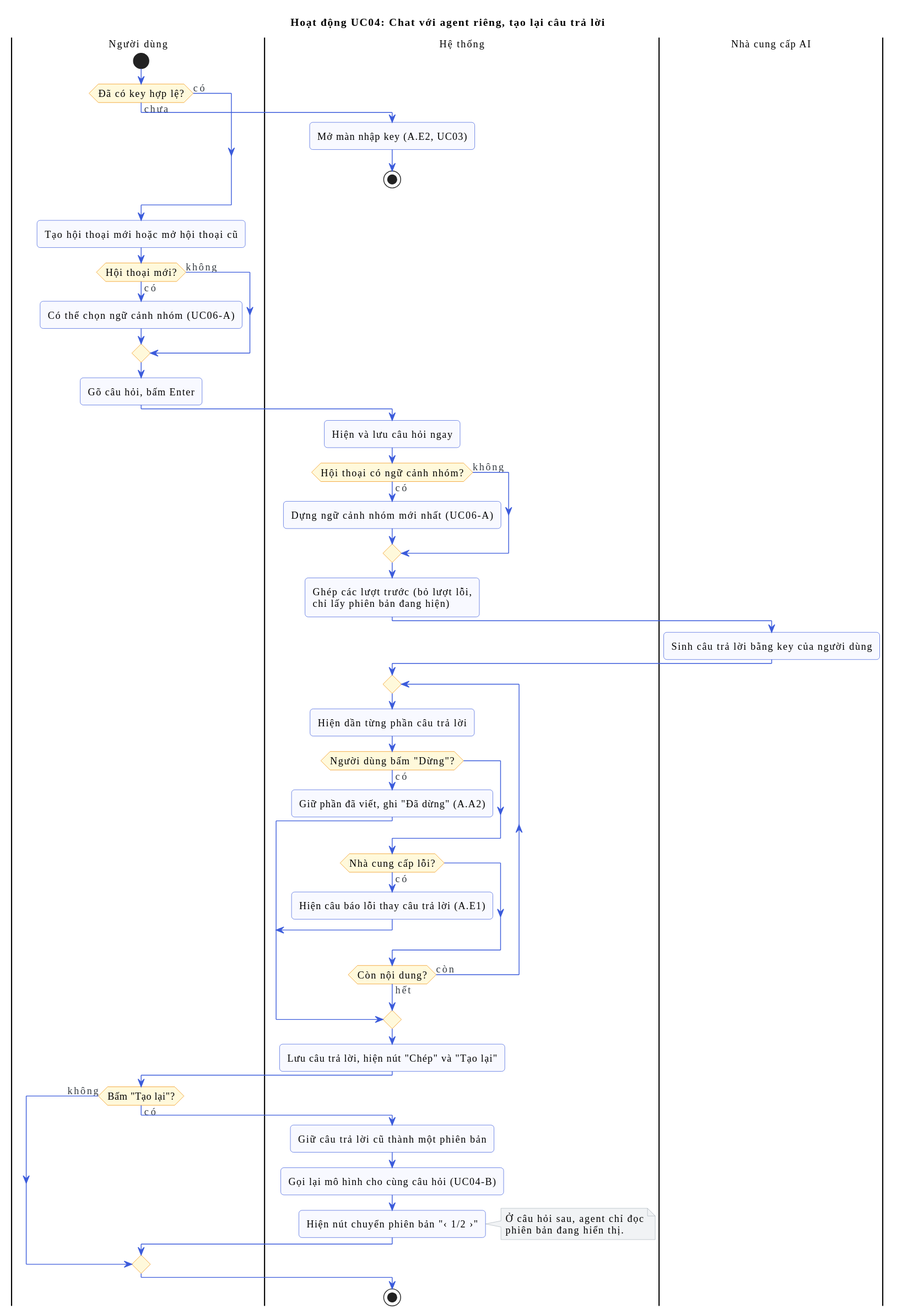
Earlier version of the PlantUML export uml/img/uc04-chat.svg (Jin2509/Specgate_BlackBoard).
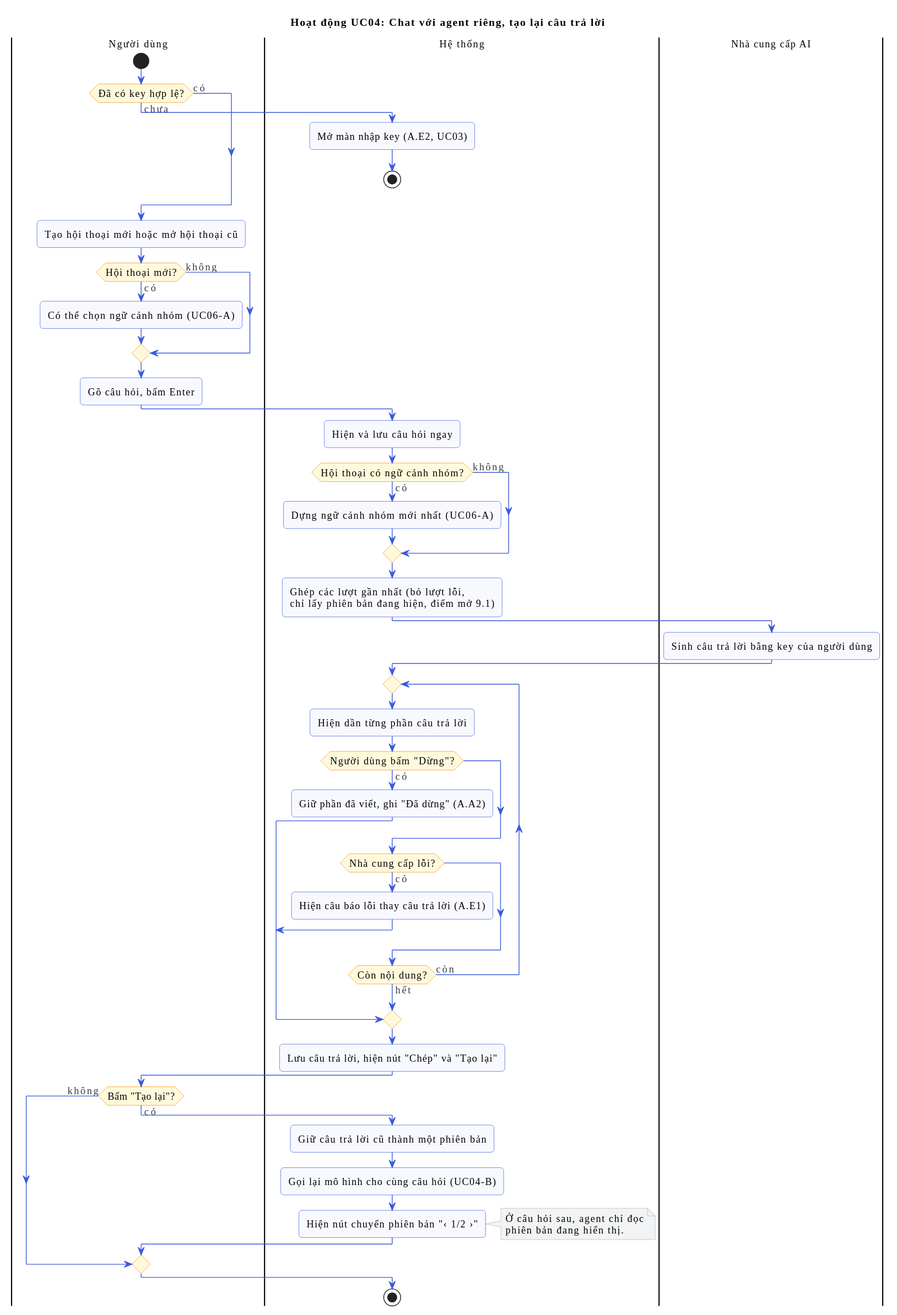
After the change.

Diff of the diagram source:
```diff
@@ -23,7 +23,7 @@
   :Dựng ngữ cảnh nhóm mới nhất (UC06-A);
 else (không)
 endif
-:Ghép các lượt trước (bỏ lượt lỗi,\nchỉ lấy phiên bản đang hiện);
+:Ghép các lượt gần nhất (bỏ lượt lỗi,\nchỉ lấy phiên bản đang hiện, điểm mở 9.1);
 |Nhà cung cấp AI|
 :Sinh câu trả lời bằng key của người dùng;
 |Hệ thống|
```
